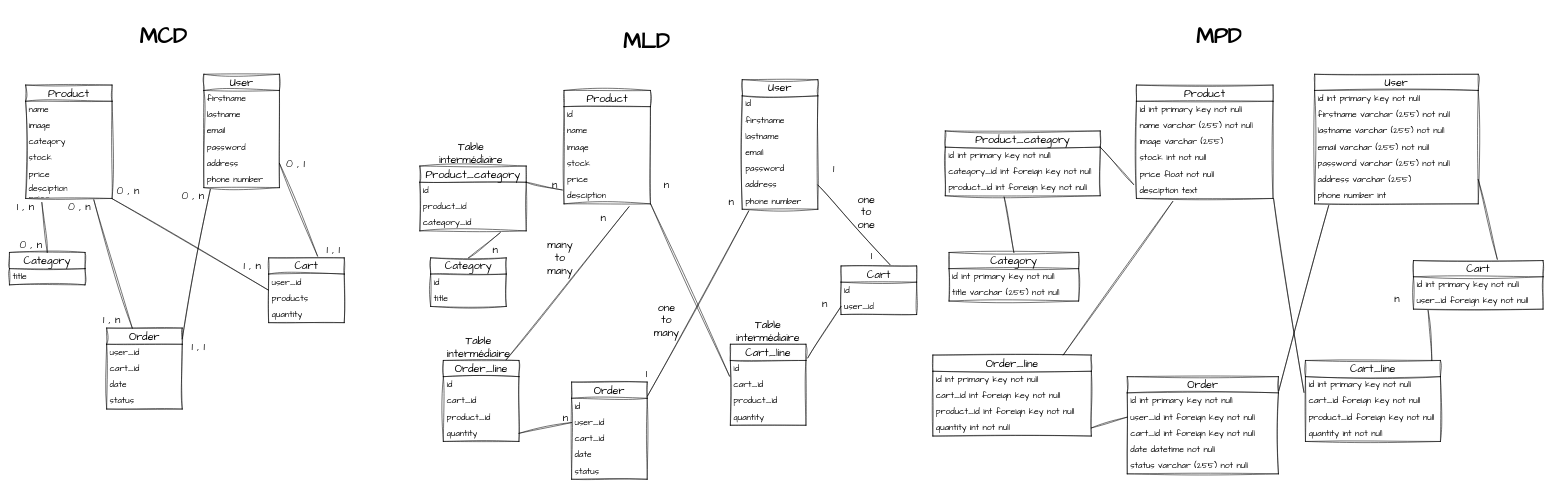
busy-gnl/space-station-chronicles keeps this draw.io diagram as DOCS/shop.drawio. Above is the earlier version. Source tidied: cells renumbered, new cells numbered last; positions are measured from the earlier drawing's top-left corner, leaving out a move shared by most shapes. Both pictures are drawn from the tidied source at 54%, with x=0, y=0 at pixel (9, 15).
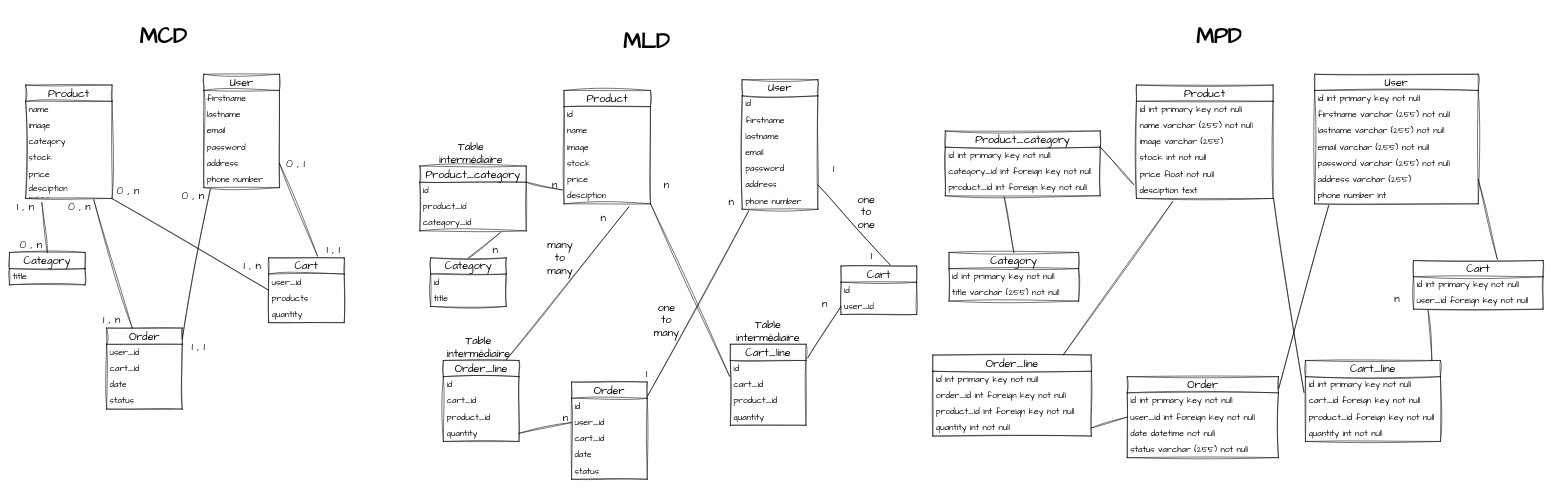
After the change.

Commit message:
correct a mistake

Unchanged cells that the change refers to:
```xml
<mxCell id="154" value="Order_line" style="swimlane;fontStyle=0;horizontal=1;startSize=30;whiteSpace=wrap;html=1;sketch=1;hachureGap=4;jiggle=2;curveFitting=1;fontFamily=Architects Daughter;fontSize=20;" parent="1" vertex="1">
  <mxGeometry x="1710" y="630" width="293.5" height="150" as="geometry" />
</mxCell>
```

Diff of the diagram source:
```diff
@@
     <mxCell id="135" value="Order" style="swimlane;fontStyle=0;horizontal=1;startSize=30;whiteSpace=wrap;html=1;sketch=1;hachureGap=4;jiggle=2;curveFitting=1;fontFamily=Architects Daughter;fontSize=20;" parent="1" vertex="1">
-      <mxGeometry x="2070" y="670" width="280" height="180" as="geometry" />
+      <mxGeometry x="2070" y="670" width="280" height="150" as="geometry" />
     </mxCell>
@@
-    <mxCell id="138" value="cart_id int foreign key not null" style="text;strokeColor=none;fillColor=none;align=left;verticalAlign=middle;spacingLeft=4;spacingRight=4;overflow=hidden;whiteSpace=wrap;html=1;fontSize=16;sketch=1;hachureGap=4;jiggle=2;curveFitting=1;fontFamily=Architects Daughter;" parent="135" vertex="1">
-      <mxGeometry y="90" width="280" height="30" as="geometry" />
-    </mxCell>
     <mxCell id="139" value="date datetime not null" style="text;strokeColor=none;fillColor=none;align=left;verticalAlign=middle;spacingLeft=4;spacingRight=4;overflow=hidden;whiteSpace=wrap;html=1;fontSize=16;sketch=1;hachureGap=4;jiggle=2;curveFitting=1;fontFamily=Architects Daughter;" parent="135" vertex="1">
-      <mxGeometry y="120" width="280" height="30" as="geometry" />
+      <mxGeometry y="90" width="280" height="30" as="geometry" />
     </mxCell>
     <mxCell id="140" value="status varchar (255) not null" style="text;strokeColor=none;fillColor=none;align=left;verticalAlign=middle;spacingLeft=4;spacingRight=4;overflow=hidden;whiteSpace=wrap;html=1;fontSize=16;sketch=1;hachureGap=4;jiggle=2;curveFitting=1;fontFamily=Architects Daughter;" parent="135" vertex="1">
-      <mxGeometry y="150" width="280" height="30" as="geometry" />
+      <mxGeometry y="120" width="280" height="30" as="geometry" />
     </mxCell>
@@
-    <mxCell id="156" value="cart_id int foreign key not null" style="text;strokeColor=none;fillColor=none;align=left;verticalAlign=middle;spacingLeft=4;spacingRight=4;overflow=hidden;whiteSpace=wrap;html=1;fontSize=16;sketch=1;hachureGap=4;jiggle=2;curveFitting=1;fontFamily=Architects Daughter;" parent="154" vertex="1">
+    <mxCell id="156" value="order_id int foreign key not null" style="text;strokeColor=none;fillColor=none;align=left;verticalAlign=middle;spacingLeft=4;spacingRight=4;overflow=hidden;whiteSpace=wrap;html=1;fontSize=16;sketch=1;hachureGap=4;jiggle=2;curveFitting=1;fontFamily=Architects Daughter;" parent="154" vertex="1">
       <mxGeometry y="60" width="293.5" height="30" as="geometry" />
     </mxCell>
```
